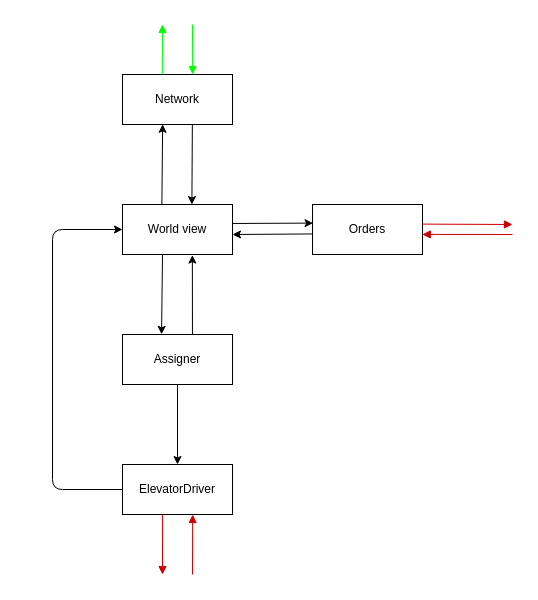
Before: UML/moduldiagram.drawio in KasperTL/elevator_go, a draw.io diagram. Source tidied: cells renumbered, new cells numbered last; positions are measured from the earlier drawing's top-left corner, leaving out a move shared by most shapes. Both pictures are drawn from the tidied source at 100%, with x=0, y=0 at pixel (52, 24).
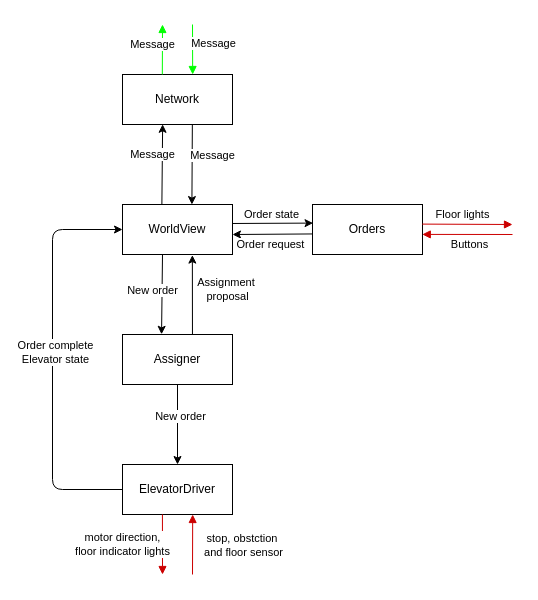
The same diagram, later.

The change refers to these unchanged cells:
```xml
<mxCell id="2" style="edgeStyle=none;html=1;entryX=0.355;entryY=-0.004;entryDx=0;entryDy=0;entryPerimeter=0;" parent="1" edge="1" target="8">
  <mxGeometry relative="1" as="geometry">
    <mxPoint x="110" y="230" as="sourcePoint" />
  </mxGeometry>
</mxCell>
<mxCell id="3" style="edgeStyle=none;html=1;exitX=0.98;exitY=0.38;exitDx=0;exitDy=0;exitPerimeter=0;entryX=0.005;entryY=0.372;entryDx=0;entryDy=0;entryPerimeter=0;" parent="1" edge="1" source="5" target="12">
  <mxGeometry relative="1" as="geometry" />
</mxCell>
<mxCell id="4" style="edgeStyle=none;html=1;exitX=0.358;exitY=-0.004;exitDx=0;exitDy=0;exitPerimeter=0;entryX=0.365;entryY=0.996;entryDx=0;entryDy=0;entryPerimeter=0;" parent="1" edge="1" source="5" target="14">
  <mxGeometry relative="1" as="geometry" />
</mxCell>
<mxCell id="6" style="edgeStyle=none;html=1;exitX=0.636;exitY=0;exitDx=0;exitDy=0;exitPerimeter=0;entryX=0.635;entryY=1.012;entryDx=0;entryDy=0;entryPerimeter=0;" parent="1" edge="1" source="8" target="5">
  <mxGeometry relative="1" as="geometry" />
</mxCell>
<mxCell id="7" style="edgeStyle=none;html=1;" parent="1" edge="1" source="8" target="10">
  <mxGeometry relative="1" as="geometry" />
</mxCell>
<mxCell id="9" style="edgeStyle=none;html=1;entryX=0;entryY=0.5;entryDx=0;entryDy=0;" parent="1" edge="1" source="10" target="5">
  <mxGeometry relative="1" as="geometry">
    <Array as="points">
      <mxPoint y="465" />
      <mxPoint y="205" />
    </Array>
  </mxGeometry>
</mxCell>
<mxCell id="11" style="edgeStyle=none;html=1;exitX=0.004;exitY=0.589;exitDx=0;exitDy=0;exitPerimeter=0;entryX=1;entryY=0.6;entryDx=0;entryDy=0;entryPerimeter=0;" parent="1" edge="1" source="12" target="5">
  <mxGeometry relative="1" as="geometry" />
</mxCell>
<mxCell id="13" style="edgeStyle=none;html=1;exitX=0.635;exitY=1.001;exitDx=0;exitDy=0;exitPerimeter=0;entryX=0.631;entryY=0.001;entryDx=0;entryDy=0;entryPerimeter=0;" parent="1" edge="1" source="14" target="5">
  <mxGeometry relative="1" as="geometry" />
</mxCell>
<mxCell id="15" style="html=1;verticalAlign=bottom;endArrow=block;curved=0;rounded=0;exitX=0.362;exitY=0;exitDx=0;exitDy=0;exitPerimeter=0;strokeColor=#00FF00;" parent="1" edge="1" source="14">
  <mxGeometry relative="1" as="geometry">
    <mxPoint x="110" as="targetPoint" />
  </mxGeometry>
</mxCell>
<mxCell id="16" style="html=1;verticalAlign=bottom;endArrow=block;curved=0;rounded=0;entryX=0.638;entryY=0;entryDx=0;entryDy=0;entryPerimeter=0;strokeColor=#00FF00;" parent="1" edge="1" target="14">
  <mxGeometry relative="1" as="geometry">
    <mxPoint x="140" as="sourcePoint" />
  </mxGeometry>
</mxCell>
<mxCell id="17" style="html=1;verticalAlign=bottom;endArrow=block;curved=0;rounded=0;exitX=0.998;exitY=0.392;exitDx=0;exitDy=0;exitPerimeter=0;fillColor=#FF274F;strokeColor=#CC0000;" parent="1" edge="1" source="12">
  <mxGeometry relative="1" as="geometry">
    <mxPoint x="460" y="200" as="targetPoint" />
  </mxGeometry>
</mxCell>
<mxCell id="18" style="html=1;verticalAlign=bottom;endArrow=block;curved=0;rounded=0;entryX=0.998;entryY=0.598;entryDx=0;entryDy=0;entryPerimeter=0;strokeColor=#CC0000;" parent="1" edge="1" target="12">
  <mxGeometry relative="1" as="geometry">
    <mxPoint x="460" y="210" as="sourcePoint" />
  </mxGeometry>
</mxCell>
<mxCell id="19" style="html=1;verticalAlign=bottom;endArrow=block;curved=0;rounded=0;exitX=0.363;exitY=1;exitDx=0;exitDy=0;exitPerimeter=0;strokeColor=#CC0000;" parent="1" edge="1" source="10">
  <mxGeometry relative="1" as="geometry">
    <mxPoint x="110" y="550" as="targetPoint" />
  </mxGeometry>
</mxCell>
<mxCell id="20" style="html=1;verticalAlign=bottom;endArrow=block;curved=0;rounded=0;entryX=0.638;entryY=1;entryDx=0;entryDy=0;entryPerimeter=0;strokeColor=#CC0000;" parent="1" edge="1" target="10">
  <mxGeometry relative="1" as="geometry">
    <mxPoint x="140" y="550" as="sourcePoint" />
  </mxGeometry>
</mxCell>
```

The edit, as a diff of the source:
```diff
@@
+    <mxCell id="21" value="New order" style="edgeLabel;html=1;align=center;verticalAlign=middle;" parent="2" vertex="1">
+      <mxGeometry x="-0.1" y="-1" relative="1" as="geometry">
+        <mxPoint x="-9" as="offset" />
+      </mxGeometry>
+    </mxCell>
@@
+    <mxCell id="22" value="Order state" style="edgeLabel;html=1;align=center;verticalAlign=middle;" parent="3" vertex="1">
+      <mxGeometry y="1" relative="1" as="geometry">
+        <mxPoint y="-8" as="offset" />
+      </mxGeometry>
+    </mxCell>
@@
+    <mxCell id="23" value="Message" style="edgeLabel;html=1;align=center;verticalAlign=middle;" parent="4" vertex="1">
+      <mxGeometry x="-0.03" y="1" relative="1" as="geometry">
+        <mxPoint x="-9" y="-11" as="offset" />
+      </mxGeometry>
+    </mxCell>
-    <mxCell id="5" value="World view" style="html=1;whiteSpace=wrap;" parent="1" vertex="1">
+    <mxCell id="5" value="WorldView" style="html=1;whiteSpace=wrap;" parent="1" vertex="1">
       <mxGeometry x="70" y="180" width="110" height="50" as="geometry" />
     </mxCell>
@@
+    <mxCell id="24" value="Assignment&amp;nbsp;&lt;div&gt;proposal&lt;/div&gt;" style="edgeLabel;html=1;align=center;verticalAlign=middle;" parent="6" vertex="1">
+      <mxGeometry x="0.13" y="-3" relative="1" as="geometry">
+        <mxPoint x="32" as="offset" />
+      </mxGeometry>
+    </mxCell>
@@
+    <mxCell id="25" value="New order" style="edgeLabel;html=1;align=center;verticalAlign=middle;" parent="7" vertex="1">
+      <mxGeometry x="-0.23" y="2" relative="1" as="geometry" />
+    </mxCell>
@@
+    <mxCell id="26" value="Order complete&lt;div&gt;Elevator state&lt;/div&gt;" style="edgeLabel;html=1;align=center;verticalAlign=middle;" parent="9" vertex="1">
+      <mxGeometry x="0.04" y="-2" relative="1" as="geometry" />
+    </mxCell>
@@
+    <mxCell id="27" value="Order request" style="edgeLabel;html=1;align=center;verticalAlign=middle;" parent="11" vertex="1">
+      <mxGeometry x="0.06" y="-1" relative="1" as="geometry">
+        <mxPoint y="11" as="offset" />
+      </mxGeometry>
+    </mxCell>
@@
+    <mxCell id="28" value="Message" style="edgeLabel;html=1;align=center;verticalAlign=middle;" parent="13" vertex="1">
+      <mxGeometry y="1" relative="1" as="geometry">
+        <mxPoint x="19" y="-10" as="offset" />
+      </mxGeometry>
+    </mxCell>
@@
+    <mxCell id="29" value="Message" style="edgeLabel;html=1;align=center;verticalAlign=middle;" parent="15" vertex="1">
+      <mxGeometry x="-0.08" y="4" relative="1" as="geometry">
+        <mxPoint x="-6" y="-7" as="offset" />
+      </mxGeometry>
+    </mxCell>
@@
+    <mxCell id="30" value="Message" style="edgeLabel;html=1;align=center;verticalAlign=middle;" parent="16" vertex="1">
+      <mxGeometry x="-0.28" y="-1" relative="1" as="geometry">
+        <mxPoint x="21" as="offset" />
+      </mxGeometry>
+    </mxCell>
@@
+    <mxCell id="31" value="Floor lights" style="edgeLabel;html=1;align=center;verticalAlign=middle;" parent="17" vertex="1">
+      <mxGeometry x="-0.31" y="1" relative="1" as="geometry">
+        <mxPoint x="9" y="-9" as="offset" />
+      </mxGeometry>
+    </mxCell>
@@
+    <mxCell id="32" value="Buttons" style="edgeLabel;html=1;align=center;verticalAlign=middle;" parent="18" vertex="1">
+      <mxGeometry x="-0.05" y="2" relative="1" as="geometry">
+        <mxPoint y="8" as="offset" />
+      </mxGeometry>
+    </mxCell>
@@
+    <mxCell id="33" value="motor direction,&lt;div&gt;floor indicator lights&lt;/div&gt;" style="edgeLabel;html=1;align=center;verticalAlign=middle;" parent="19" vertex="1">
+      <mxGeometry x="-0.23" relative="1" as="geometry">
+        <mxPoint x="-40" y="7" as="offset" />
+      </mxGeometry>
+    </mxCell>
@@
+    <mxCell id="34" value="stop, obstction&amp;nbsp;&lt;div&gt;and floor sensor&lt;/div&gt;" style="edgeLabel;html=1;align=center;verticalAlign=middle;" parent="20" vertex="1">
+      <mxGeometry y="-2" relative="1" as="geometry">
+        <mxPoint x="48" as="offset" />
+      </mxGeometry>
+    </mxCell>
```
